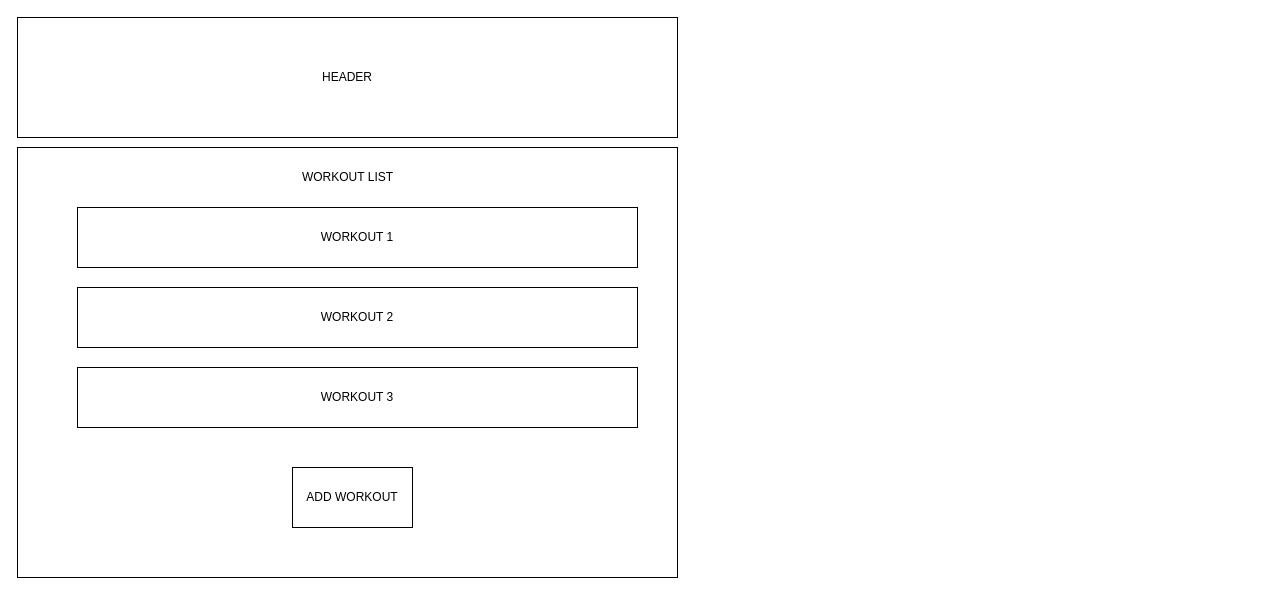
Coltthatcher/capstone keeps this draw.io diagram as diargram.drawio. Above is the earlier version. Source tidied: cells renumbered, new cells numbered last; positions are measured from the earlier drawing's top-left corner, leaving out a move shared by most shapes. Both pictures are drawn from the tidied source at 100%, with x=0, y=0 at pixel (17, 17).
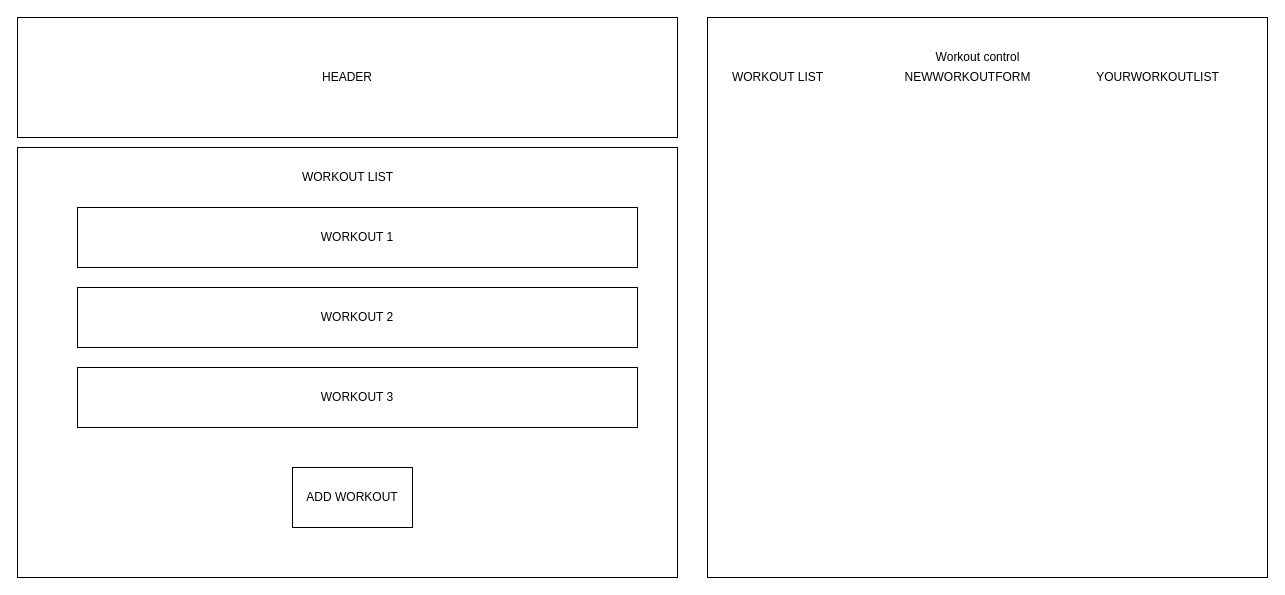
Above is the later version.

Commit message (it also covers changes not shown here):
Add children to app, update components/Workout

What changed in the source:
```diff
@@
 <mxGraphModel>
   <root>
     <mxCell id="0" />
     <mxCell id="1" parent="0" />
     <mxCell id="2" style="rounded=0;whiteSpace=wrap;html=1;fontStyle=1;" parent="1" vertex="1">
       <mxGeometry y="130" width="660" height="430" as="geometry" />
     </mxCell>
     <mxCell id="3" value="HEADER" style="rounded=0;whiteSpace=wrap;html=1;" parent="1" vertex="1">
       <mxGeometry width="660" height="120" as="geometry" />
     </mxCell>
     <mxCell id="4" value="WORKOUT LIST" style="text;html=1;align=center;verticalAlign=middle;fillColor=none;strokeColor=none;rounded=0;" parent="1" vertex="1">
       <mxGeometry x="275" y="150" width="110" height="20" as="geometry" />
     </mxCell>
     <mxCell id="5" value="WORKOUT 1" style="rounded=0;whiteSpace=wrap;html=1;" parent="1" vertex="1">
       <mxGeometry x="60" y="190" width="560" height="60" as="geometry" />
     </mxCell>
     <mxCell id="6" value="WORKOUT 2" style="rounded=0;whiteSpace=wrap;html=1;" parent="1" vertex="1">
       <mxGeometry x="60" y="270" width="560" height="60" as="geometry" />
     </mxCell>
     <mxCell id="7" value="WORKOUT 3" style="rounded=0;whiteSpace=wrap;html=1;" parent="1" vertex="1">
       <mxGeometry x="60" y="350" width="560" height="60" as="geometry" />
     </mxCell>
     <mxCell id="8" value="ADD WORKOUT" style="rounded=0;whiteSpace=wrap;html=1;" parent="1" vertex="1">
       <mxGeometry x="275" y="450" width="120" height="60" as="geometry" />
     </mxCell>
+    <mxCell id="9" style="rounded=0;whiteSpace=wrap;html=1;" parent="1" vertex="1">
+      <mxGeometry x="690" width="560" height="560" as="geometry" />
+    </mxCell>
+    <mxCell id="10" value="Workout control" style="text;html=1;align=center;verticalAlign=middle;fillColor=none;strokeColor=none;rounded=0;" parent="1" vertex="1">
+      <mxGeometry x="910" y="30" width="100" height="20" as="geometry" />
+    </mxCell>
+    <mxCell id="11" value="WORKOUT LIST" style="text;html=1;align=center;verticalAlign=middle;fillColor=none;strokeColor=none;rounded=0;" parent="1" vertex="1">
+      <mxGeometry x="705" y="50" width="110" height="20" as="geometry" />
+    </mxCell>
+    <mxCell id="12" value="NEWWORKOUTFORM" style="text;html=1;align=center;verticalAlign=middle;fillColor=none;strokeColor=none;rounded=0;" parent="1" vertex="1">
+      <mxGeometry x="880" y="50" width="140" height="20" as="geometry" />
+    </mxCell>
+    <mxCell id="13" value="YOURWORKOUTLIST" style="text;html=1;align=center;verticalAlign=middle;fillColor=none;strokeColor=none;rounded=0;" parent="1" vertex="1">
+      <mxGeometry x="1070" y="50" width="140" height="20" as="geometry" />
+    </mxCell>
   </root>
 </mxGraphModel>
```
